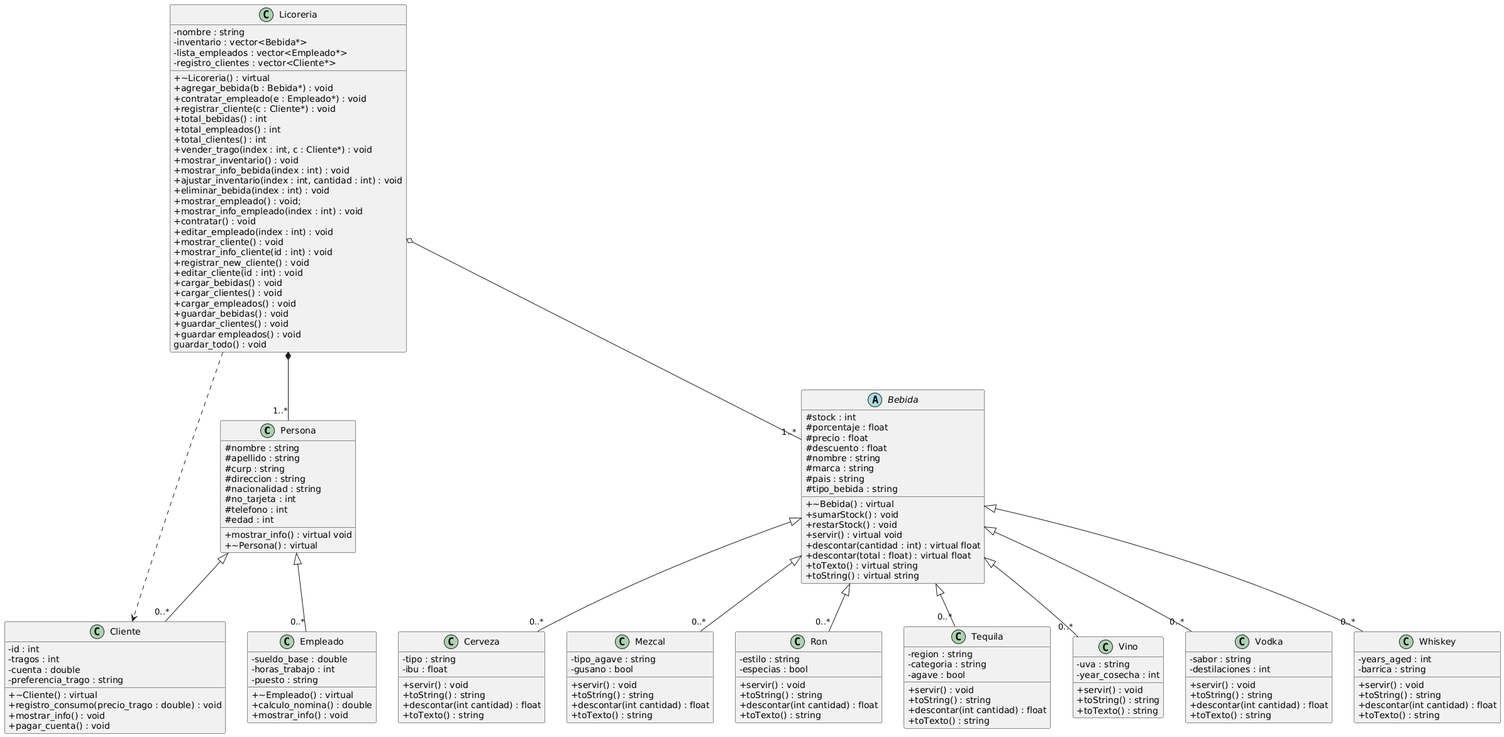
Marcoflesh/TC1030_Proyecto_Taberna keeps this PlantUML diagram as Diagrama_UML.png. Above is the earlier version.
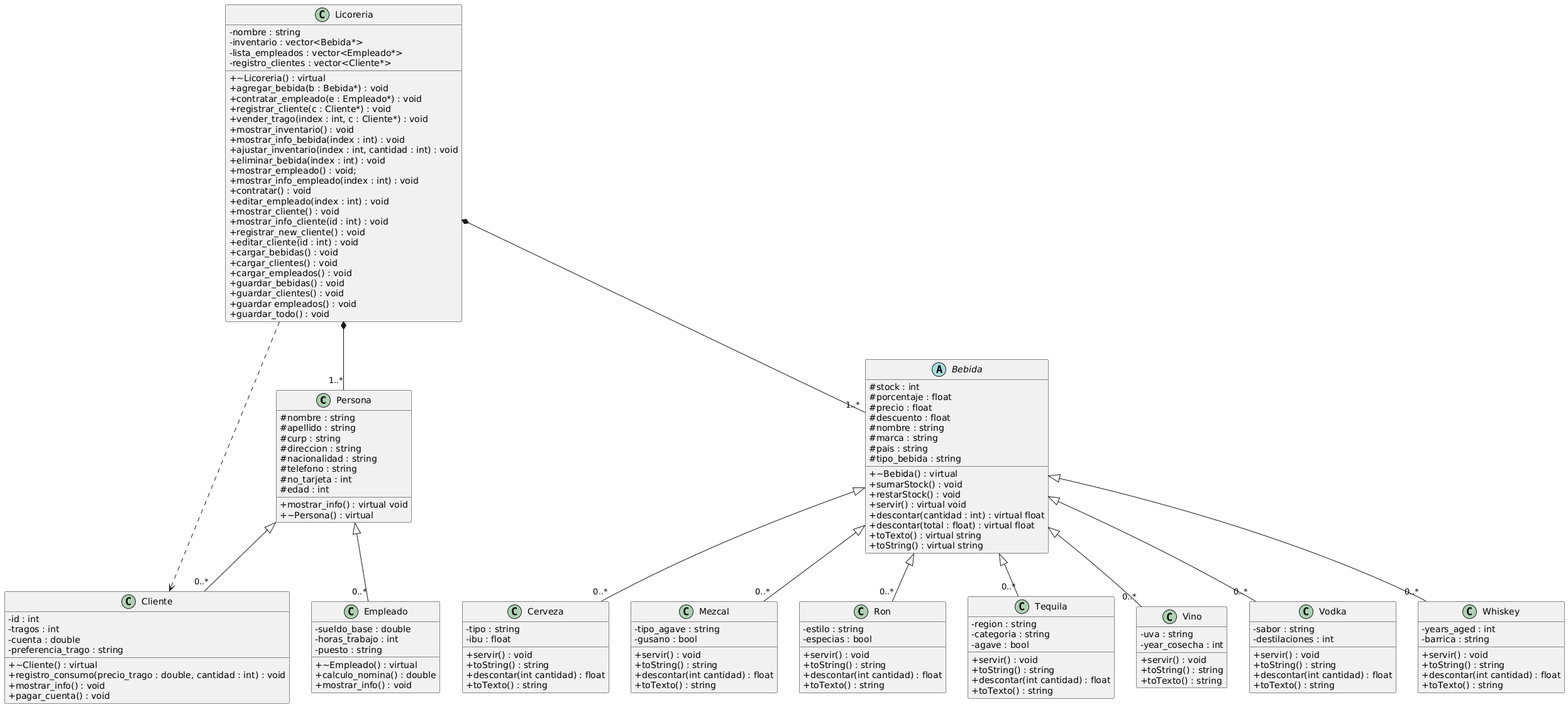
After the change.

Commit message:
Corregir Diagrama UML

Diff of the diagram source:
```diff
@@ -7,8 +7,8 @@
   # curp : string
   # direccion : string
   # nacionalidad : string
+  # telefono : string
   # no_tarjeta : int
-  # telefono : int
   # edad : int
   + mostrar_info() : virtual void
   + ~Persona() : virtual
@@ -21,7 +21,7 @@
   - preferencia_trago : string
 
   + ~Cliente() : virtual
-  + registro_consumo(precio_trago : double) : void
+  + registro_consumo(precio_trago : double, cantidad : int) : void
   + mostrar_info() : void
   + pagar_cuenta() : void
 }
@@ -134,9 +134,6 @@
   + agregar_bebida(b : Bebida*) : void
   + contratar_empleado(e : Empleado*) : void
   + registrar_cliente(c : Cliente*) : void
-  + total_bebidas() : int
-  + total_empleados() : int
-  + total_clientes() : int
   + vender_trago(index : int, c : Cliente*) : void
   + mostrar_inventario() : void
   + mostrar_info_bebida(index : int) : void
@@ -156,10 +153,10 @@
   + guardar_bebidas() : void
   + guardar_clientes() : void
   + guardar empleados() : void
-  guardar_todo() : void
+  + guardar_todo() : void
 }
 
-Licoreria o-- "1..*" Bebida
+Licoreria *-- "1..*" Bebida
 Licoreria *-- "1..*" Persona
 
 Licoreria ..> Cliente
```
